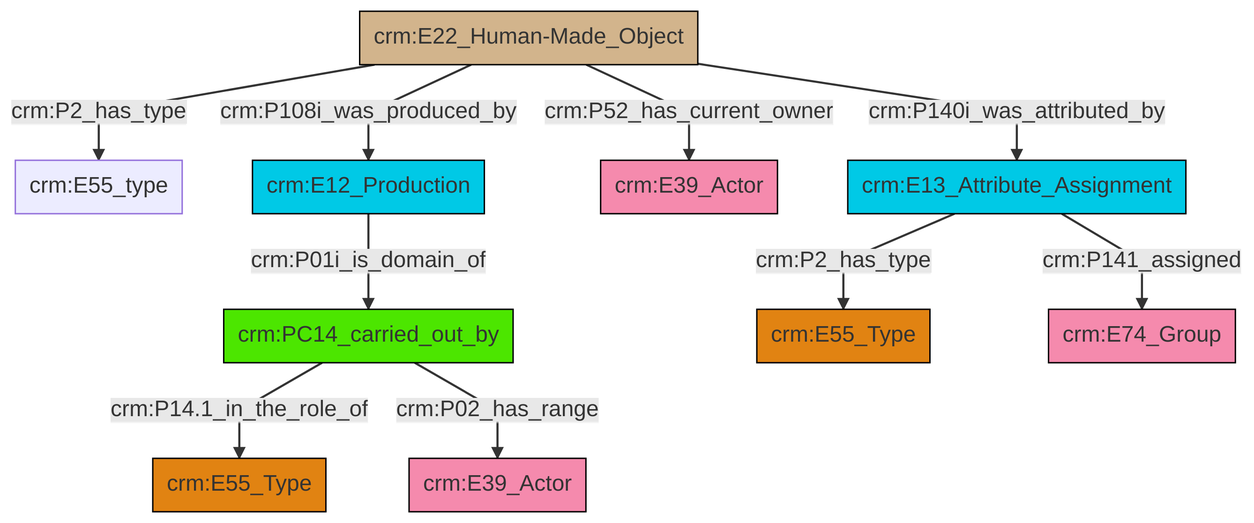
The Mermaid diagram et/builtWorkCSV/ttl/mmd/png/Built_Work_actor_relations.png in swiss-art-research-net/docs.swissartresearch, before a commit. Its source is kept beside it as et/builtWorkCSV/ttl/mmd/Built_Work_actor_relations.ttl.mmd.
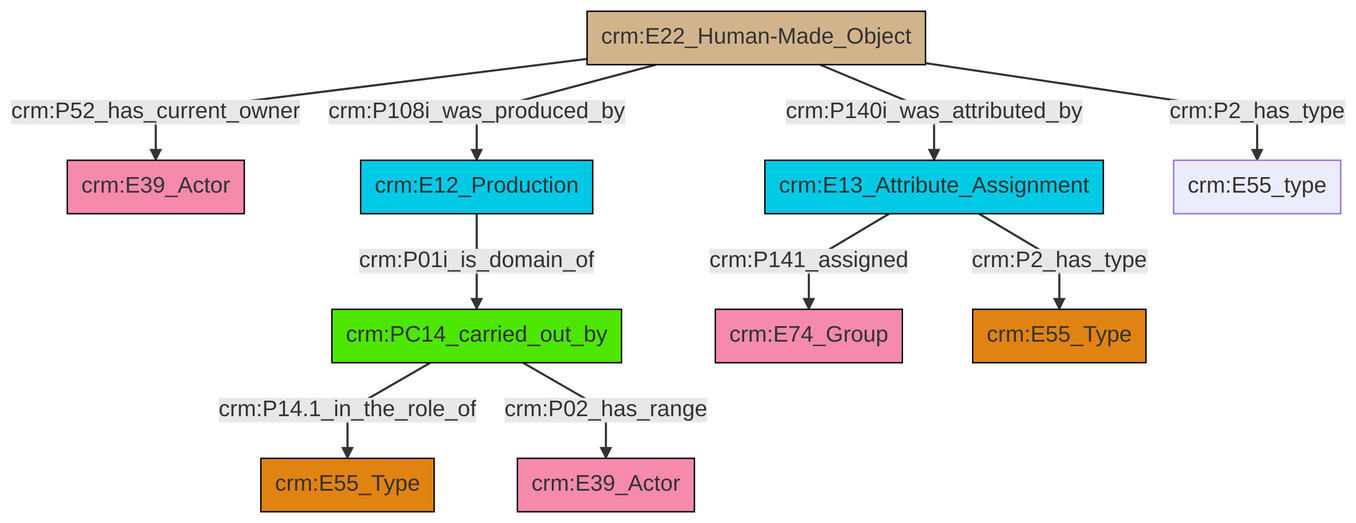
The same file after the commit.

Change to the diagram source:
```diff
@@ -13,12 +13,12 @@
 classDef PC_Classes fill:#4ce600, stroke:#000000;
 classDef Multi fill:#cccccc,stroke:#000000;
 
-2["crm:PC14_carried_out_by"]:::PC_Classes -->|crm:P14.1_in_the_role_of| 3["crm:E55_Type"]:::Type
-2["crm:PC14_carried_out_by"]:::PC_Classes -->|crm:P02_has_range| 4["crm:E39_Actor"]:::Actor
-5["crm:E22_Human-Made_Object"]:::Physical_Thing -->|crm:P2_has_type| 6["crm:E55_type"]:::Default
-13["crm:E12_Production"]:::Temporal_Entity -->|crm:P01i_is_domain_of| 2["crm:PC14_carried_out_by"]:::PC_Classes
-5["crm:E22_Human-Made_Object"]:::Physical_Thing -->|crm:P108i_was_produced_by| 13["crm:E12_Production"]:::Temporal_Entity
-16["crm:E13_Attribute_Assignment"]:::Temporal_Entity -->|crm:P2_has_type| 9["crm:E55_Type"]:::Type
-5["crm:E22_Human-Made_Object"]:::Physical_Thing -->|crm:P52_has_current_owner| 7["crm:E39_Actor"]:::Actor
-16["crm:E13_Attribute_Assignment"]:::Temporal_Entity -->|crm:P141_assigned| 0["crm:E74_Group"]:::Actor
-5["crm:E22_Human-Made_Object"]:::Physical_Thing -->|crm:P140i_was_attributed_by| 16["crm:E13_Attribute_Assignment"]:::Temporal_Entity
+2["crm:E12_Production"]:::Temporal_Entity -->|crm:P01i_is_domain_of| 3["crm:PC14_carried_out_by"]:::PC_Classes
+10["crm:E22_Human-Made_Object"]:::Physical_Thing -->|crm:P2_has_type| 11["crm:E55_type"]:::Default
+8["crm:E13_Attribute_Assignment"]:::Temporal_Entity -->|crm:P2_has_type| 14["crm:E55_Type"]:::Type
+10["crm:E22_Human-Made_Object"]:::Physical_Thing -->|crm:P140i_was_attributed_by| 8["crm:E13_Attribute_Assignment"]:::Temporal_Entity
+3["crm:PC14_carried_out_by"]:::PC_Classes -->|crm:P14.1_in_the_role_of| 12["crm:E55_Type"]:::Type
+3["crm:PC14_carried_out_by"]:::PC_Classes -->|crm:P02_has_range| 6["crm:E39_Actor"]:::Actor
+10["crm:E22_Human-Made_Object"]:::Physical_Thing -->|crm:P108i_was_produced_by| 2["crm:E12_Production"]:::Temporal_Entity
+10["crm:E22_Human-Made_Object"]:::Physical_Thing -->|crm:P52_has_current_owner| 0["crm:E39_Actor"]:::Actor
+8["crm:E13_Attribute_Assignment"]:::Temporal_Entity -->|crm:P141_assigned| 4["crm:E74_Group"]:::Actor
```
